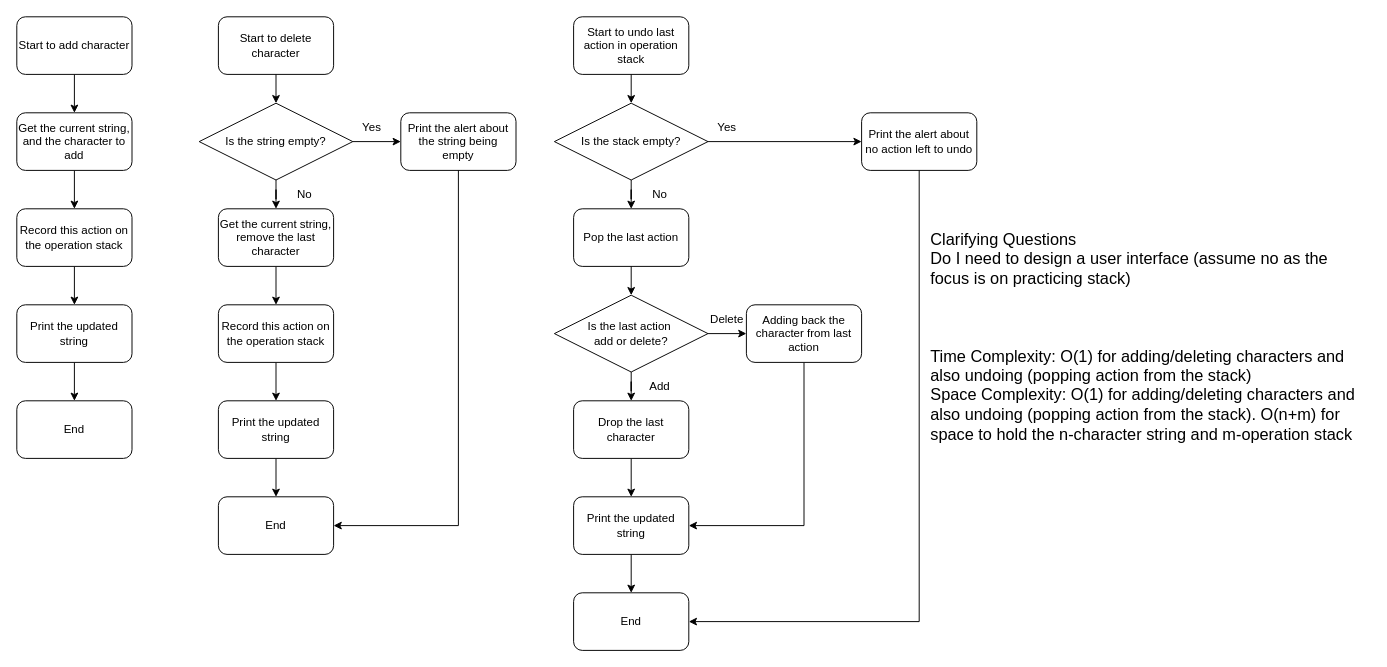
Before: Simple Text Editor with Undo Functionality.drawio in yanatnsc/Simple-Text-Editor-with-Undo-Functionality, a draw.io diagram. Source tidied: cells renumbered, new cells numbered last; positions are measured from the earlier drawing's top-left corner, leaving out a move shared by most shapes. Both pictures are drawn from the tidied source at 96%, with x=0, y=0 at pixel (16, 16).
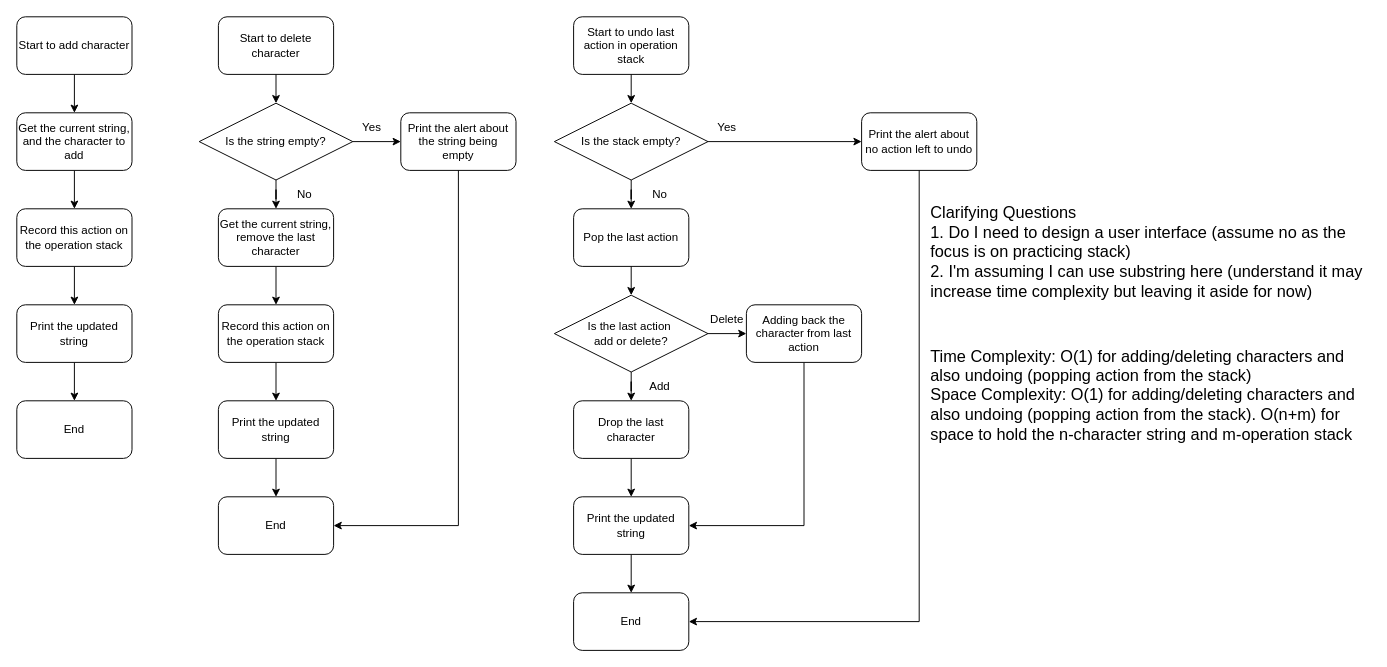
The same page after the edit.

Change to the diagram source:
```diff
@@
-    <mxCell id="50" value="&lt;font style=&quot;font-size: 17px;&quot;&gt;Clarifying Questions&lt;/font&gt;&lt;div style=&quot;&quot;&gt;&lt;span style=&quot;font-size: 17px;&quot;&gt;Do I need to design a user interface (assume no as the focus is on practicing stack)&lt;/span&gt;&lt;span style=&quot;background-color: initial; color: rgba(0, 0, 0, 0); font-family: monospace; font-size: 0px; text-wrap: nowrap;&quot;&gt;Does3CmxGraphModel%3E%3Croot%3E%3CmxCell%20id%3D%220%22%2F%3E%3CmxCell%20id%3D%221%22%20parent%3D%220%22%2F%3E%3CmxCell%20id%3D%222%22%20value%3D%22%26lt%3Bspan%20style%3D%26quot%3Bfont-size%3A%2017px%3B%26quot%3B%26gt%3BTime%20Complexity%3A%20O(n)%20as%20we%20traverse%20through%20the%20list%26lt%3B%2Fspan%26gt%3B%26lt%3Bdiv%26gt%3B%26lt%3Bspan%20style%3D%26quot%3Bfont-size%3A%2017px%3B%26quot%3B%26gt%3BSpace%20Complexity%3A%26amp%3Bnbsp%3B%20O(1)%20as%20I%20just%20need%20three%20pointers%20(prev%2Fcurrent%2Fnext)%26lt%3Bbr%26gt%3B%26lt%3B%2Fspan%26gt%3B%26lt%3B%2Fdiv%26gt%3B%22%20style%3D%22text%3Bhtml%3D1%3Balign%3Dleft%3BverticalAlign%3Dmiddle%3BwhiteSpace%3Dwrap%3Brounded%3D0%3B%22%20vertex%3D%221%22%20parent%3D%221%22%3E%3CmxGeometry%20x%3D%2252%22%20y%3D%22680%22%20width%3D%22460%22%20height%3D%2285%22%20as%3D%22geometry%22%2F%3E%3C%2FmxCell%3E%3C%2Froot%3E%3C%2FmxGraphModel%3E&lt;/span&gt;&lt;/div&gt;" style="text;html=1;align=left;verticalAlign=middle;whiteSpace=wrap;rounded=0;" parent="1" vertex="1">
+    <mxCell id="50" value="&lt;font style=&quot;font-size: 17px;&quot;&gt;Clarifying Questions&lt;/font&gt;&lt;div style=&quot;&quot;&gt;&lt;span style=&quot;font-size: 17px;&quot;&gt;1. Do I need to design a user interface (assume no as the focus is on practicing stack)&lt;/span&gt;&lt;/div&gt;&lt;div style=&quot;&quot;&gt;&lt;span style=&quot;font-size: 17px;&quot;&gt;2. I'm assuming I can use substring here (understand it may increase time complexity but leaving it aside for now)&lt;/span&gt;&lt;/div&gt;&lt;div style=&quot;&quot;&gt;&lt;span style=&quot;background-color: initial; color: rgba(0, 0, 0, 0); font-family: monospace; font-size: 0px; text-wrap: nowrap;&quot;&gt;22Does3CmxGraphModel%3E%3Croot%3E%3CmxCell%20id%3D%220%22%2F%3E%3CmxCell%20id%3D%221%22%20parent%3D%220%22%2F%3E%3CmxCell%20id%3D%222%22%20value%3D%22%26lt%3Bspan%20style%3D%26quot%3Bfont-size%3A%2017px%3B%26quot%3B%26gt%3BTime%20Complexity%3A%20O(n)%20as%20we%20traverse%20through%20the%20list%26lt%3B%2Fspan%26gt%3B%26lt%3Bdiv%26gt%3B%26lt%3Bspan%20style%3D%26quot%3Bfont-size%3A%2017px%3B%26quot%3B%26gt%3BSpace%20Complexity%3A%26amp%3Bnbsp%3B%20O(1)%20as%20I%20just%20need%20three%20pointers%20(prev%2Fcurrent%2Fnext)%26lt%3Bbr%26gt%3B%26lt%3B%2Fspan%26gt%3B%26lt%3B%2Fdiv%26gt%3B%22%20style%3D%22text%3Bhtml%3D1%3Balign%3Dleft%3BverticalAlign%3Dmiddle%3BwhiteSpace%3Dwrap%3Brounded%3D0%3B%22%20vertex%3D%221%22%20parent%3D%221%22%3E%3CmxGeometry%20x%3D%2252%22%20y%3D%22680%22%20width%3D%22460%22%20height%3D%2285%22%20as%3D%22geometry%22%2F%3E%3C%2FmxCell%3E%3C%2Froot%3E%3C%2FmxGraphModel%3E&lt;/span&gt;&lt;/div&gt;" style="text;html=1;align=left;verticalAlign=middle;whiteSpace=wrap;rounded=0;" parent="1" vertex="1">
       <mxGeometry x="950" y="210" width="460" height="85" as="geometry" />
     </mxCell>
```
